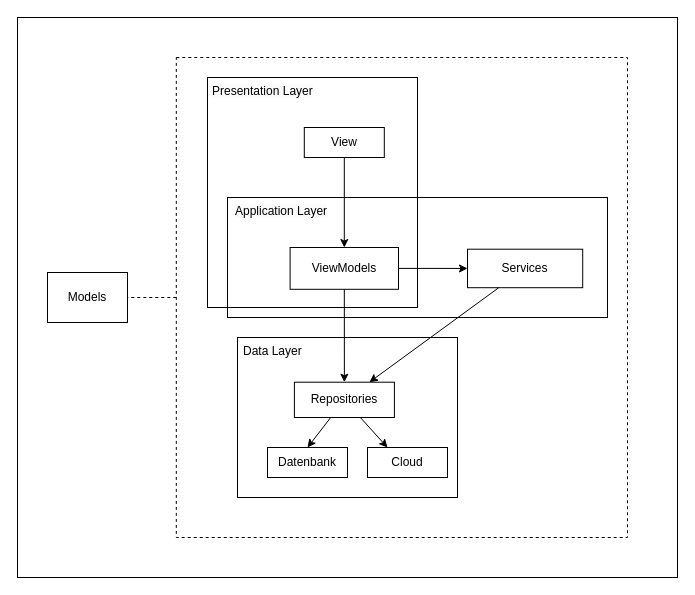
Before: page "SoftwareArchitektur" (2 of 2) of 4_Entwurf/4_UML/4_UML_Klassendiagramme/Klassendiagramm_Feinentwurf.drawio in annikalenneper/praxisprojekt_mi_bachelor_SoSe24, a draw.io diagram. Source tidied: cells renumbered, new cells numbered last; positions are measured from the earlier drawing's top-left corner, leaving out a move shared by most shapes. Both pictures are drawn from the tidied source at 100%, with x=0, y=0 at pixel (17, 17).
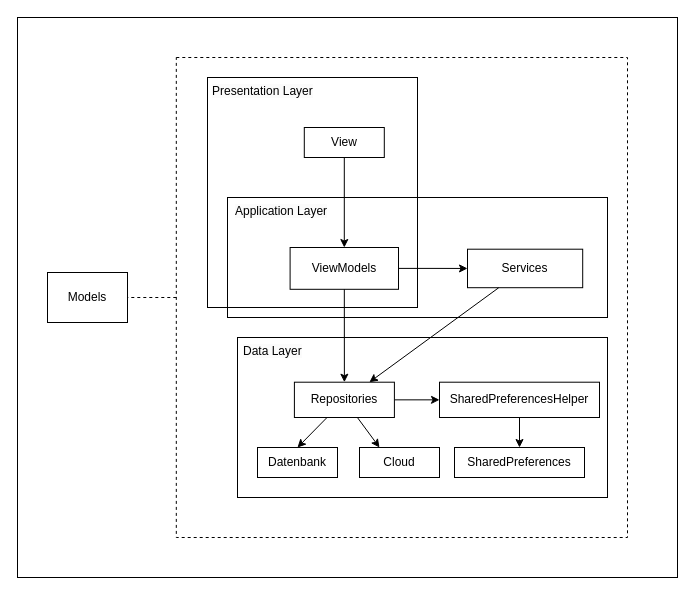
The same diagram, later.

The change refers to these unchanged cells:
```xml
<mxCell id="2" style="group;" parent="1" vertex="1">
  <mxGeometry width="660" height="560" as="geometry" />
</mxCell>
<mxCell id="20" value="Repositories" style="whiteSpace=wrap;html=1;" parent="16" vertex="1">
  <mxGeometry x="56.9" y="44.7" width="100" height="35.3" as="geometry" />
</mxCell>
```

Change to the diagram source:
```diff
@@
     <mxCell id="16" style="group;" parent="2" vertex="1">
-      <mxGeometry x="220" y="320" width="260" height="190" as="geometry" />
+      <mxGeometry x="220" y="320" width="390" height="190" as="geometry" />
     </mxCell>
     <mxCell id="17" style="rounded=0;whiteSpace=wrap;html=1;fillColor=none;" parent="16" vertex="1">
-      <mxGeometry width="220" height="160" as="geometry" />
+      <mxGeometry width="370" height="160" as="geometry" />
     </mxCell>
@@
+    <mxCell id="28" style="edgeStyle=orthogonalEdgeStyle;rounded=0;jettySize=auto;html=1;" parent="16" edge="1" source="20" target="30">
+      <mxGeometry relative="1" as="geometry" />
+    </mxCell>
@@
     <mxCell id="21" value="Datenbank" style="whiteSpace=wrap;html=1;" parent="16" vertex="1">
-      <mxGeometry x="30" y="110" width="80" height="30" as="geometry" />
+      <mxGeometry x="20" y="110" width="80" height="30" as="geometry" />
     </mxCell>
@@
     <mxCell id="23" value="Cloud" style="whiteSpace=wrap;html=1;" parent="16" vertex="1">
-      <mxGeometry x="130" y="110" width="80" height="30" as="geometry" />
+      <mxGeometry x="122" y="110" width="80" height="30" as="geometry" />
     </mxCell>
+    <mxCell id="29" style="rounded=0;jettySize=auto;html=1;" parent="16" edge="1" source="30" target="31">
+      <mxGeometry relative="1" as="geometry" />
+    </mxCell>
+    <mxCell id="30" value="SharedPreferencesHelper" style="whiteSpace=wrap;html=1;" parent="16" vertex="1">
+      <mxGeometry x="202" y="44.7" width="160" height="35.3" as="geometry" />
+    </mxCell>
+    <mxCell id="31" value="SharedPreferences" style="whiteSpace=wrap;html=1;" parent="16" vertex="1">
+      <mxGeometry x="217" y="110" width="130" height="30" as="geometry" />
+    </mxCell>
```
